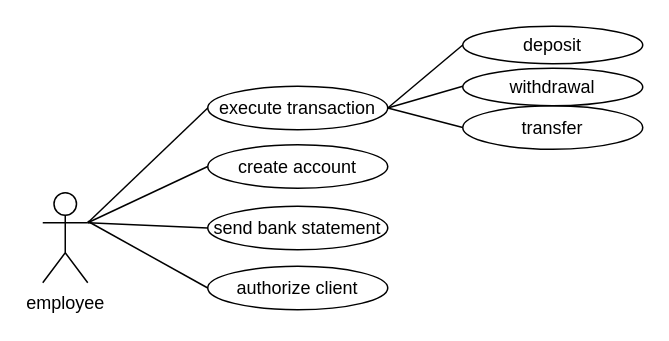
Earlier version of the draw.io diagram UseCase.drawio (Marek324/butfit-ids). Source tidied: cells renumbered, new cells numbered last; positions are measured from the earlier drawing's top-left corner, leaving out a move shared by most shapes. Both pictures are drawn from the tidied source at 150%, with x=0, y=0 at pixel (42, 26).
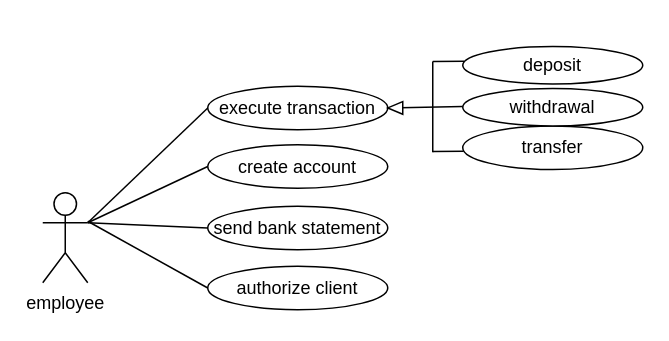
The same page after the edit.

Unchanged cells that the change refers to:
```xml
<mxCell id="3" value="execute transaction" style="ellipse;whiteSpace=wrap;html=1;" parent="1" vertex="1">
  <mxGeometry x="110" y="40" width="120" height="29" as="geometry" />
</mxCell>
```

What changed in the source:
```diff
@@
     <mxCell id="6" value="deposit" style="ellipse;whiteSpace=wrap;html=1;" parent="1" vertex="1">
-      <mxGeometry x="280" width="120" height="25" as="geometry" />
+      <mxGeometry x="280" y="13.5" width="120" height="25" as="geometry" />
     </mxCell>
     <mxCell id="7" value="transfer" style="ellipse;whiteSpace=wrap;html=1;" parent="1" vertex="1">
-      <mxGeometry x="280" y="53" width="120" height="29" as="geometry" />
+      <mxGeometry x="280" y="66.5" width="120" height="29" as="geometry" />
     </mxCell>
-    <mxCell id="8" style="endArrow=none;html=1;rounded=0;entryX=1;entryY=0.5;entryDx=0;entryDy=0;exitX=0;exitY=0.5;exitDx=0;exitDy=0;" parent="1" edge="1" source="6" target="3">
-      <mxGeometry relative="1" as="geometry" />
-    </mxCell>
-    <mxCell id="9" style="endArrow=none;html=1;rounded=0;entryX=1;entryY=0.5;entryDx=0;entryDy=0;exitX=0;exitY=0.5;exitDx=0;exitDy=0;" parent="1" edge="1" source="7" target="3">
-      <mxGeometry relative="1" as="geometry" />
-    </mxCell>
@@
     <mxCell id="15" value="withdrawal" style="ellipse;whiteSpace=wrap;html=1;" parent="1" vertex="1">
-      <mxGeometry x="280" y="28" width="120" height="25" as="geometry" />
+      <mxGeometry x="280" y="41.5" width="120" height="25" as="geometry" />
     </mxCell>
-    <mxCell id="16" style="endArrow=none;html=1;rounded=0;exitX=1;exitY=0.5;exitDx=0;exitDy=0;" parent="1" edge="1" source="3">
-      <mxGeometry relative="1" as="geometry">
-        <mxPoint x="280" y="40" as="targetPoint" />
-      </mxGeometry>
-    </mxCell>
+    <mxCell id="17" style="endArrow=none;html=1;rounded=0;" parent="1" edge="1">
+      <mxGeometry relative="1" as="geometry">
+        <mxPoint x="260" y="84" as="sourcePoint" />
+        <mxPoint x="260" y="23.5" as="targetPoint" />
+      </mxGeometry>
+    </mxCell>
+    <mxCell id="18" style="endArrow=none;html=1;rounded=0;entryX=0.005;entryY=0.58;entryDx=0;entryDy=0;entryPerimeter=0;" parent="1" edge="1" target="7">
+      <mxGeometry relative="1" as="geometry">
+        <mxPoint x="260" y="83.5" as="sourcePoint" />
+      </mxGeometry>
+    </mxCell>
+    <mxCell id="19" style="endArrow=none;html=1;rounded=0;exitX=1;exitY=0.5;exitDx=0;exitDy=0;" parent="1" edge="1" source="22">
+      <mxGeometry relative="1" as="geometry">
+        <mxPoint x="280" y="53.5" as="targetPoint" />
+      </mxGeometry>
+    </mxCell>
+    <mxCell id="20" style="endArrow=none;html=1;rounded=0;exitX=0.009;exitY=0.392;exitDx=0;exitDy=0;exitPerimeter=0;" parent="1" edge="1" source="6">
+      <mxGeometry relative="1" as="geometry">
+        <mxPoint x="260" y="23.5" as="targetPoint" />
+      </mxGeometry>
+    </mxCell>
+    <mxCell id="21" style="endArrow=none;html=1;rounded=0;exitX=1;exitY=0.5;exitDx=0;exitDy=0;" parent="1" edge="1" source="3" target="22">
+      <mxGeometry relative="1" as="geometry" />
+    </mxCell>
+    <mxCell id="22" style="triangle;whiteSpace=wrap;html=1;rotation=-180;" parent="1" vertex="1">
+      <mxGeometry x="230" y="50.2" width="10" height="8.5" as="geometry" />
+    </mxCell>
```
